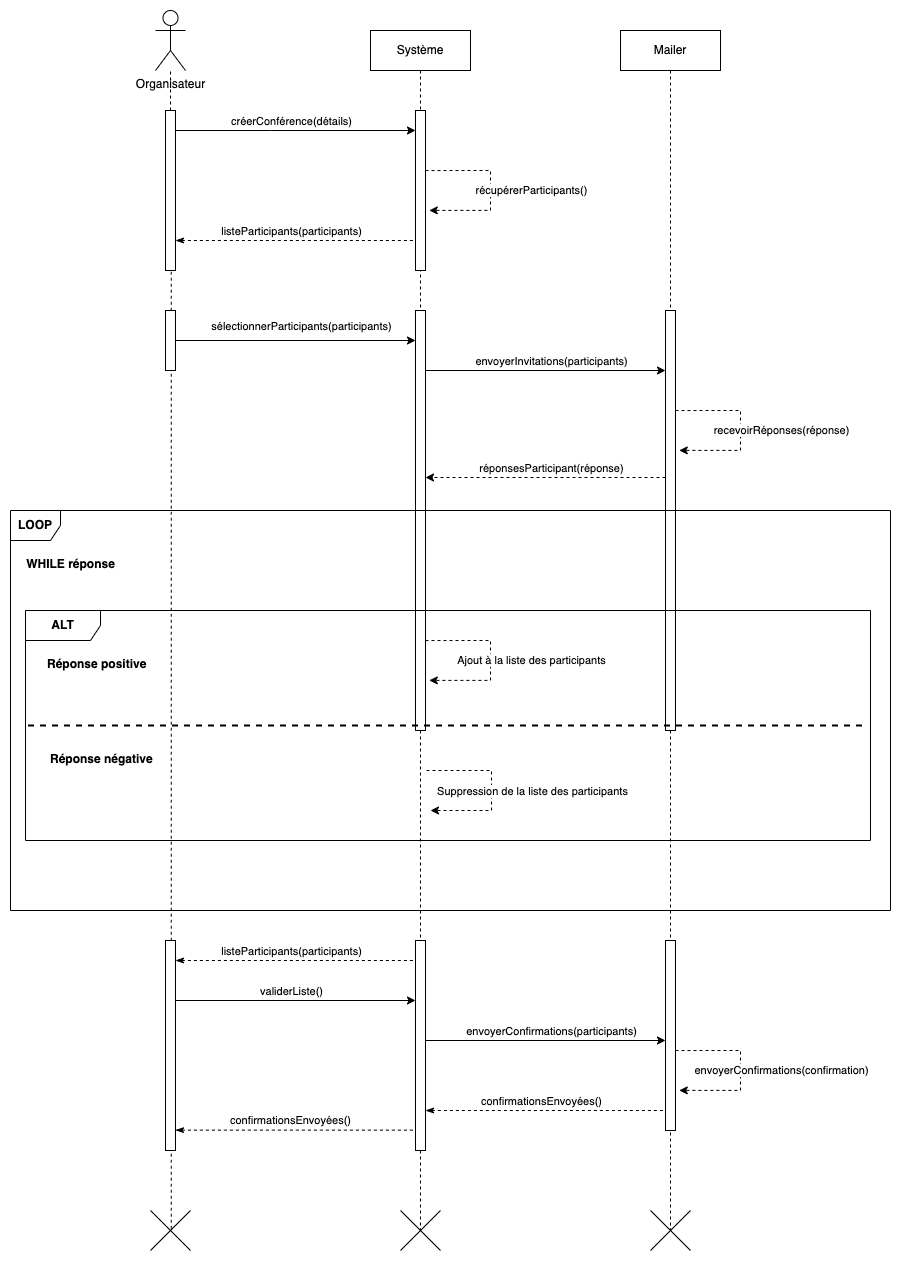
This is UML/Exercices/Correction/04b - Diagramme de Séquence - Diagramme.png from nicolasvauchenet/cours_methodologie_1_formateur, a draw.io export, as it was before one commit. Source tidied: cells renumbered, new cells last; positions are measured from the earlier drawing's top-left corner, leaving out a move shared by most shapes.
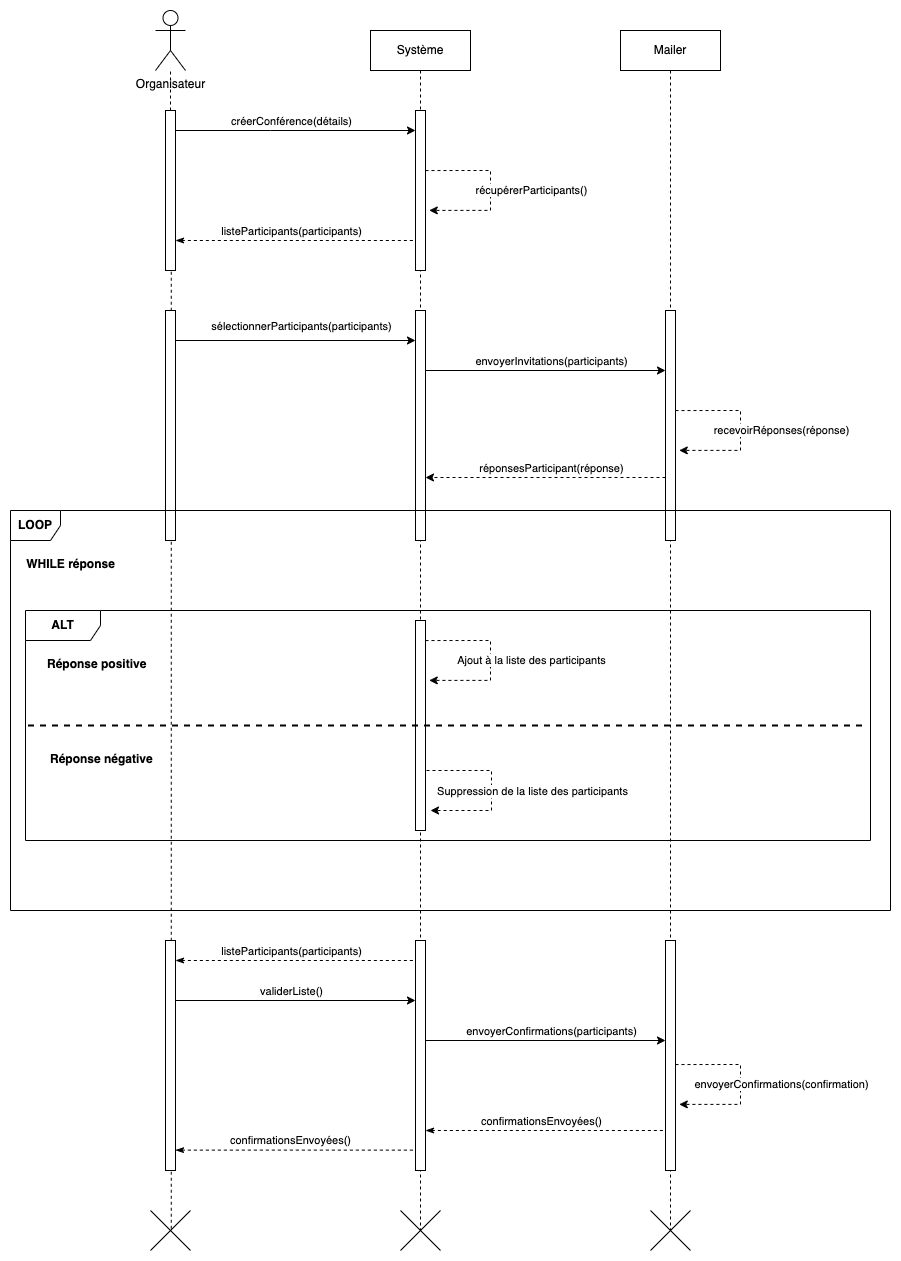
The same file after the commit.

What changed in the source:
```diff
@@ -8,6 +8,9 @@
     <mxCell id="3" style="shape=umlDestroy;dashed=0;targetShapes=umlLifeline;" parent="2" vertex="1">
       <mxGeometry x="30" y="1180" width="40" height="40" as="geometry" />
     </mxCell>
+    <mxCell id="53" style="html=1;perimeter=orthogonalPerimeter;targetShapes=umlLifeline;newEdgeStyle={&quot;curved&quot;:0,&quot;rounded&quot;:0};" parent="2" vertex="1">
+      <mxGeometry x="45" y="590" width="10" height="210" as="geometry" />
+    </mxCell>
     <mxCell id="4" value="Mailer" style="shape=umlLifeline;perimeter=lifelinePerimeter;whiteSpace=wrap;html=1;newEdgeStyle={&quot;edgeStyle&quot;:&quot;elbowEdgeStyle&quot;,&quot;elbow&quot;:&quot;vertical&quot;,&quot;curved&quot;:0,&quot;rounded&quot;:0};" parent="1" vertex="1">
       <mxGeometry x="610" y="20" width="100" height="1200" as="geometry" />
     </mxCell>
@@ -15,10 +18,10 @@
       <mxGeometry x="30" y="1180" width="40" height="40" as="geometry" />
     </mxCell>
     <mxCell id="6" style="html=1;perimeter=orthogonalPerimeter;targetShapes=umlLifeline;newEdgeStyle={&quot;curved&quot;:0,&quot;rounded&quot;:0};" parent="4" vertex="1">
-      <mxGeometry x="45" y="280" width="10" height="420" as="geometry" />
+      <mxGeometry x="45" y="280" width="10" height="230" as="geometry" />
     </mxCell>
     <mxCell id="7" style="html=1;perimeter=orthogonalPerimeter;targetShapes=umlLifeline;newEdgeStyle={&quot;curved&quot;:0,&quot;rounded&quot;:0};" parent="4" vertex="1">
-      <mxGeometry x="45" y="910" width="10" height="190" as="geometry" />
+      <mxGeometry x="45" y="910" width="10" height="230" as="geometry" />
     </mxCell>
     <mxCell id="8" style="shape=umlDestroy;dashed=0;targetShapes=umlLifeline;" parent="1" vertex="1">
       <mxGeometry x="140" y="1200" width="40" height="40" as="geometry" />
@@ -85,7 +88,7 @@
       </mxGeometry>
     </mxCell>
     <mxCell id="20" style="html=1;perimeter=orthogonalPerimeter;targetShapes=umlLifeline;newEdgeStyle={&quot;curved&quot;:0,&quot;rounded&quot;:0};" parent="1" vertex="1">
-      <mxGeometry x="405" y="300" width="10" height="420" as="geometry" />
+      <mxGeometry x="405" y="300" width="10" height="230" as="geometry" />
     </mxCell>
     <mxCell id="21" style="edgeStyle=orthogonalEdgeStyle;rounded=0;orthogonalLoop=1;jettySize=auto;html=1;curved=0;" parent="1" edge="1">
       <mxGeometry relative="1" as="geometry">
@@ -99,7 +102,7 @@
       </mxGeometry>
     </mxCell>
     <mxCell id="23" style="html=1;perimeter=orthogonalPerimeter;targetShapes=umlLifeline;newEdgeStyle={&quot;curved&quot;:0,&quot;rounded&quot;:0};" parent="1" vertex="1">
-      <mxGeometry x="155" y="300" width="10" height="60" as="geometry" />
+      <mxGeometry x="155" y="300" width="10" height="230" as="geometry" />
     </mxCell>
     <mxCell id="24" style="edgeStyle=orthogonalEdgeStyle;rounded=0;orthogonalLoop=1;jettySize=auto;html=1;curved=0;dashed=1;" parent="1" edge="1">
       <mxGeometry relative="1" as="geometry">
@@ -185,7 +188,7 @@
       </mxGeometry>
     </mxCell>
     <mxCell id="39" style="html=1;points=[[0,0,0,0,5],[0,1,0,0,-5],[1,0,0,0,5],[1,1,0,0,-5]];perimeter=orthogonalPerimeter;outlineConnect=0;targetShapes=umlLifeline;portConstraint=eastwest;newEdgeStyle={&quot;curved&quot;:0,&quot;rounded&quot;:0};" parent="1" vertex="1">
-      <mxGeometry x="405" y="930" width="10" height="210" as="geometry" />
+      <mxGeometry x="405" y="930" width="10" height="230" as="geometry" />
     </mxCell>
     <mxCell id="40" style="edgeStyle=orthogonalEdgeStyle;rounded=0;jettySize=auto;html=1;curved=0;endArrow=none;endFill=0;startArrow=classicThin;startFill=1;dashed=1;" parent="1" edge="1" source="44" target="39">
       <mxGeometry relative="1" as="geometry">
@@ -212,15 +215,15 @@
       </mxGeometry>
     </mxCell>
     <mxCell id="44" style="html=1;points=[[0,0,0,0,5],[0,1,0,0,-5],[1,0,0,0,5],[1,1,0,0,-5]];perimeter=orthogonalPerimeter;outlineConnect=0;targetShapes=umlLifeline;portConstraint=eastwest;newEdgeStyle={&quot;curved&quot;:0,&quot;rounded&quot;:0};" parent="1" vertex="1">
-      <mxGeometry x="155" y="930" width="10" height="210" as="geometry" />
+      <mxGeometry x="155" y="930" width="10" height="230" as="geometry" />
     </mxCell>
     <mxCell id="45" style="edgeStyle=orthogonalEdgeStyle;rounded=0;orthogonalLoop=1;jettySize=auto;html=1;curved=0;endArrow=none;endFill=0;startArrow=classicThin;startFill=1;dashed=1;" parent="1" edge="1">
       <mxGeometry relative="1" as="geometry">
-        <mxPoint x="165" y="1119.6" as="sourcePoint" />
-        <mxPoint x="405" y="1119.6" as="targetPoint" />
+        <mxPoint x="165" y="1139.6" as="sourcePoint" />
+        <mxPoint x="405" y="1139.6" as="targetPoint" />
         <Array as="points">
-          <mxPoint x="260" y="1119.6" />
-          <mxPoint x="260" y="1119.6" />
+          <mxPoint x="260" y="1139.6" />
+          <mxPoint x="260" y="1139.6" />
         </Array>
       </mxGeometry>
     </mxCell>
@@ -245,10 +248,10 @@
     </mxCell>
     <mxCell id="49" style="edgeStyle=orthogonalEdgeStyle;rounded=0;orthogonalLoop=1;jettySize=auto;html=1;curved=0;entryX=1.376;entryY=0.595;entryDx=0;entryDy=0;entryPerimeter=0;dashed=1;" parent="1" edge="1">
       <mxGeometry relative="1" as="geometry">
-        <mxPoint x="665" y="1040" as="sourcePoint" />
-        <mxPoint x="668.8" y="1079.9" as="targetPoint" />
+        <mxPoint x="665" y="1054" as="sourcePoint" />
+        <mxPoint x="668.8" y="1093.9" as="targetPoint" />
         <Array as="points">
-          <mxPoint x="730" y="1040" />
+          <mxPoint x="730" y="1054" />
         </Array>
       </mxGeometry>
     </mxCell>
@@ -259,11 +262,11 @@
     </mxCell>
     <mxCell id="51" style="edgeStyle=orthogonalEdgeStyle;rounded=0;orthogonalLoop=1;jettySize=auto;html=1;curved=0;endArrow=none;endFill=0;startArrow=classicThin;startFill=1;dashed=1;" parent="1" edge="1">
       <mxGeometry relative="1" as="geometry">
-        <mxPoint x="415" y="1100" as="sourcePoint" />
-        <mxPoint x="655" y="1100" as="targetPoint" />
+        <mxPoint x="415" y="1120" as="sourcePoint" />
+        <mxPoint x="655" y="1120" as="targetPoint" />
         <Array as="points">
-          <mxPoint x="510" y="1100" />
-          <mxPoint x="510" y="1100" />
+          <mxPoint x="510" y="1120" />
+          <mxPoint x="510" y="1120" />
         </Array>
       </mxGeometry>
     </mxCell>
```
